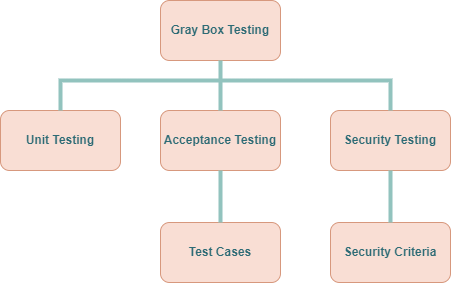
Earlier version of the draw.io export Testing Plan.drawio.png (kaisunoo/Acads). Source tidied: cells renumbered, new cells last; positions are measured from the earlier drawing's top-left corner, leaving out a move shared by most shapes.
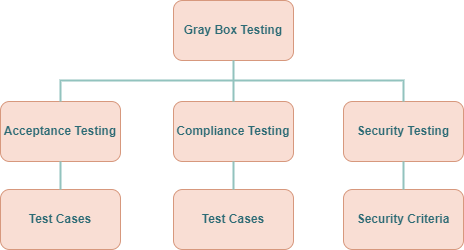
Later version of the same file.

The edit, as a diff of the source:
```diff
@@ -5,27 +5,27 @@
     <mxCell id="2" value="&lt;b&gt;Gray Box Testing&lt;/b&gt;" style="rounded=1;whiteSpace=wrap;html=1;fillColor=#f9ded4;strokeColor=#d7987d;fontColor=#2d6b75;" parent="1" vertex="1">
       <mxGeometry x="160" width="120" height="60" as="geometry" />
     </mxCell>
-    <mxCell id="3" value="&lt;b&gt;Unit Testing&lt;/b&gt;" style="rounded=1;whiteSpace=wrap;html=1;fillColor=#f9ded4;strokeColor=#d7987d;fontColor=#2d6b75;" parent="1" vertex="1">
-      <mxGeometry y="110" width="120" height="60" as="geometry" />
+    <mxCell id="3" value="&lt;b&gt;Compliance Testing&lt;/b&gt;" style="rounded=1;whiteSpace=wrap;html=1;fillColor=#f9ded4;strokeColor=#d7987d;fontColor=#2d6b75;" parent="1" vertex="1">
+      <mxGeometry x="160" y="101" width="120" height="60" as="geometry" />
     </mxCell>
     <mxCell id="4" value="Acceptance Testing" style="rounded=1;whiteSpace=wrap;html=1;fillColor=#f9ded4;strokeColor=#d7987d;fontColor=#2d6b75;fontStyle=1;" parent="1" vertex="1">
-      <mxGeometry x="160" y="110" width="120" height="60" as="geometry" />
+      <mxGeometry x="-13" y="101" width="120" height="60" as="geometry" />
     </mxCell>
     <mxCell id="5" value="Security Testing" style="rounded=1;whiteSpace=wrap;html=1;fillColor=#f9ded4;strokeColor=#d7987d;fontColor=#2d6b75;fontStyle=1;" parent="1" vertex="1">
-      <mxGeometry x="330" y="110" width="120" height="60" as="geometry" />
+      <mxGeometry x="330" y="101" width="120" height="60" as="geometry" />
     </mxCell>
-    <mxCell id="6" style="endArrow=none;html=1;rounded=0;entryX=0.5;entryY=1;entryDx=0;entryDy=0;exitX=0.5;exitY=0;exitDx=0;exitDy=0;strokeColor=#92c3be;fontSize=18;strokeWidth=4;" parent="1" edge="1" source="4" target="2">
+    <mxCell id="6" style="endArrow=none;html=1;rounded=0;entryX=0.5;entryY=1;entryDx=0;entryDy=0;strokeColor=#92c3be;fontSize=18;strokeWidth=2;exitX=0.5;exitY=0;exitDx=0;exitDy=0;" parent="1" edge="1" source="3" target="2">
       <mxGeometry relative="1" as="geometry" />
     </mxCell>
-    <mxCell id="7" style="endArrow=none;html=1;rounded=0;exitX=0.5;exitY=0;exitDx=0;exitDy=0;strokeColor=#92c3be;fontSize=18;strokeWidth=4;" parent="1" edge="1" source="3">
+    <mxCell id="7" style="endArrow=none;html=1;rounded=0;strokeColor=#92c3be;fontSize=18;strokeWidth=2;exitX=0.5;exitY=0;exitDx=0;exitDy=0;" parent="1" edge="1" source="4">
       <mxGeometry relative="1" as="geometry">
         <mxPoint x="220" y="80" as="targetPoint" />
         <Array as="points">
-          <mxPoint x="60" y="80" />
+          <mxPoint x="47" y="80" />
         </Array>
       </mxGeometry>
     </mxCell>
-    <mxCell id="8" style="endArrow=none;html=1;rounded=0;exitX=0.5;exitY=0;exitDx=0;exitDy=0;strokeColor=#92c3be;fontSize=18;strokeWidth=4;" parent="1" edge="1" source="5">
+    <mxCell id="8" style="endArrow=none;html=1;rounded=0;exitX=0.5;exitY=0;exitDx=0;exitDy=0;strokeColor=#92c3be;fontSize=18;strokeWidth=2;" parent="1" edge="1" source="5">
       <mxGeometry relative="1" as="geometry">
         <mxPoint x="220" y="80" as="targetPoint" />
         <Array as="points">
@@ -34,16 +34,22 @@
       </mxGeometry>
     </mxCell>
     <mxCell id="9" value="Security Criteria" style="rounded=1;whiteSpace=wrap;html=1;fillColor=#f9ded4;strokeColor=#d7987d;fontColor=#2d6b75;fontStyle=1;" parent="1" vertex="1">
-      <mxGeometry x="330" y="222" width="120" height="60" as="geometry" />
+      <mxGeometry x="330" y="189" width="120" height="60" as="geometry" />
     </mxCell>
-    <mxCell id="10" style="endArrow=none;html=1;rounded=0;exitX=0.5;exitY=0;exitDx=0;exitDy=0;strokeColor=#92c3be;fontSize=18;strokeWidth=4;entryX=0.5;entryY=1;entryDx=0;entryDy=0;" parent="1" edge="1" source="9" target="5">
+    <mxCell id="10" style="endArrow=none;html=1;rounded=0;exitX=0.5;exitY=0;exitDx=0;exitDy=0;strokeColor=#92c3be;fontSize=18;strokeWidth=2;entryX=0.5;entryY=1;entryDx=0;entryDy=0;" parent="1" edge="1" source="9" target="5">
       <mxGeometry relative="1" as="geometry" />
     </mxCell>
     <mxCell id="11" value="Test Cases" style="rounded=1;whiteSpace=wrap;html=1;fillColor=#f9ded4;strokeColor=#d7987d;fontColor=#2d6b75;fontStyle=1;" parent="1" vertex="1">
-      <mxGeometry x="160" y="222" width="120" height="60" as="geometry" />
+      <mxGeometry x="-13" y="189" width="120" height="60" as="geometry" />
     </mxCell>
-    <mxCell id="12" style="endArrow=none;html=1;rounded=0;exitX=0.5;exitY=0;exitDx=0;exitDy=0;strokeColor=#92c3be;fontSize=18;strokeWidth=4;entryX=0.5;entryY=1;entryDx=0;entryDy=0;" parent="1" edge="1" source="11" target="4">
+    <mxCell id="12" style="endArrow=none;html=1;rounded=0;exitX=0.5;exitY=0;exitDx=0;exitDy=0;strokeColor=#92c3be;fontSize=18;strokeWidth=2;entryX=0.5;entryY=1;entryDx=0;entryDy=0;" parent="1" edge="1" source="11" target="4">
       <mxGeometry relative="1" as="geometry" />
     </mxCell>
+    <mxCell id="13" value="Test Cases" style="rounded=1;whiteSpace=wrap;html=1;fillColor=#f9ded4;strokeColor=#d7987d;fontColor=#2d6b75;fontStyle=1;" parent="1" vertex="1">
+      <mxGeometry x="160" y="189" width="120" height="60" as="geometry" />
+    </mxCell>
+    <mxCell id="14" style="endArrow=none;html=1;rounded=0;exitX=0.5;exitY=0;exitDx=0;exitDy=0;strokeColor=#92c3be;fontSize=18;strokeWidth=2;entryX=0.5;entryY=1;entryDx=0;entryDy=0;" parent="1" edge="1" source="13" target="3">
+      <mxGeometry relative="1" as="geometry" />
+    </mxCell>
   </root>
 </mxGraphModel>
```
